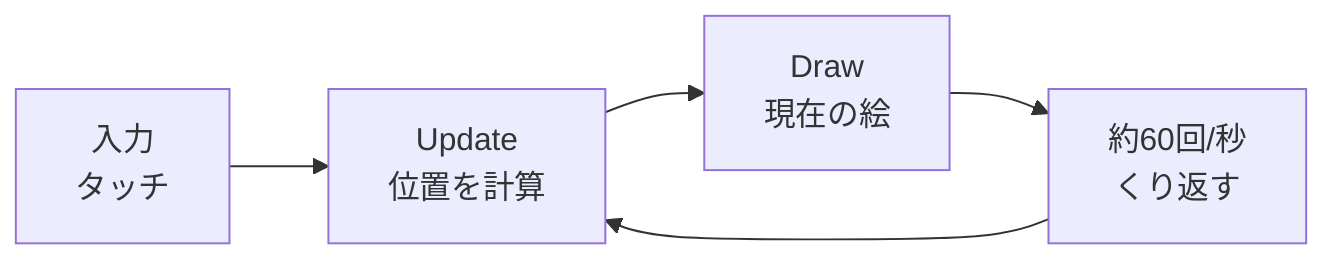
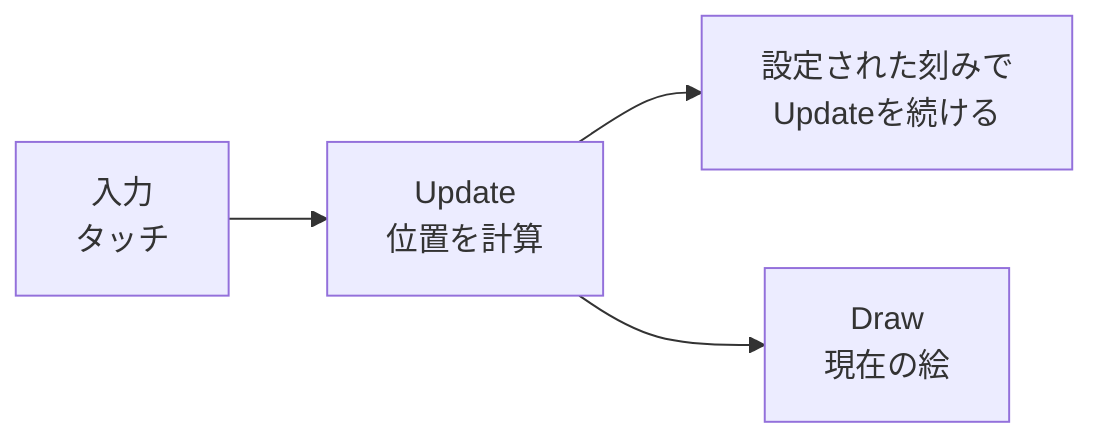
flowchart LR
  input["入力<br/>タッチ"]
  update["Update<br/>位置を計算"]
  draw["Draw<br/>現在の絵"]
-   repeat["約60回/秒<br/>くり返す"]
+   repeat["設定された刻みで<br/>Updateを続ける"]
  input --> update
+   update --> repeat
  update --> draw
-   draw --> repeat
-   repeat --> update
